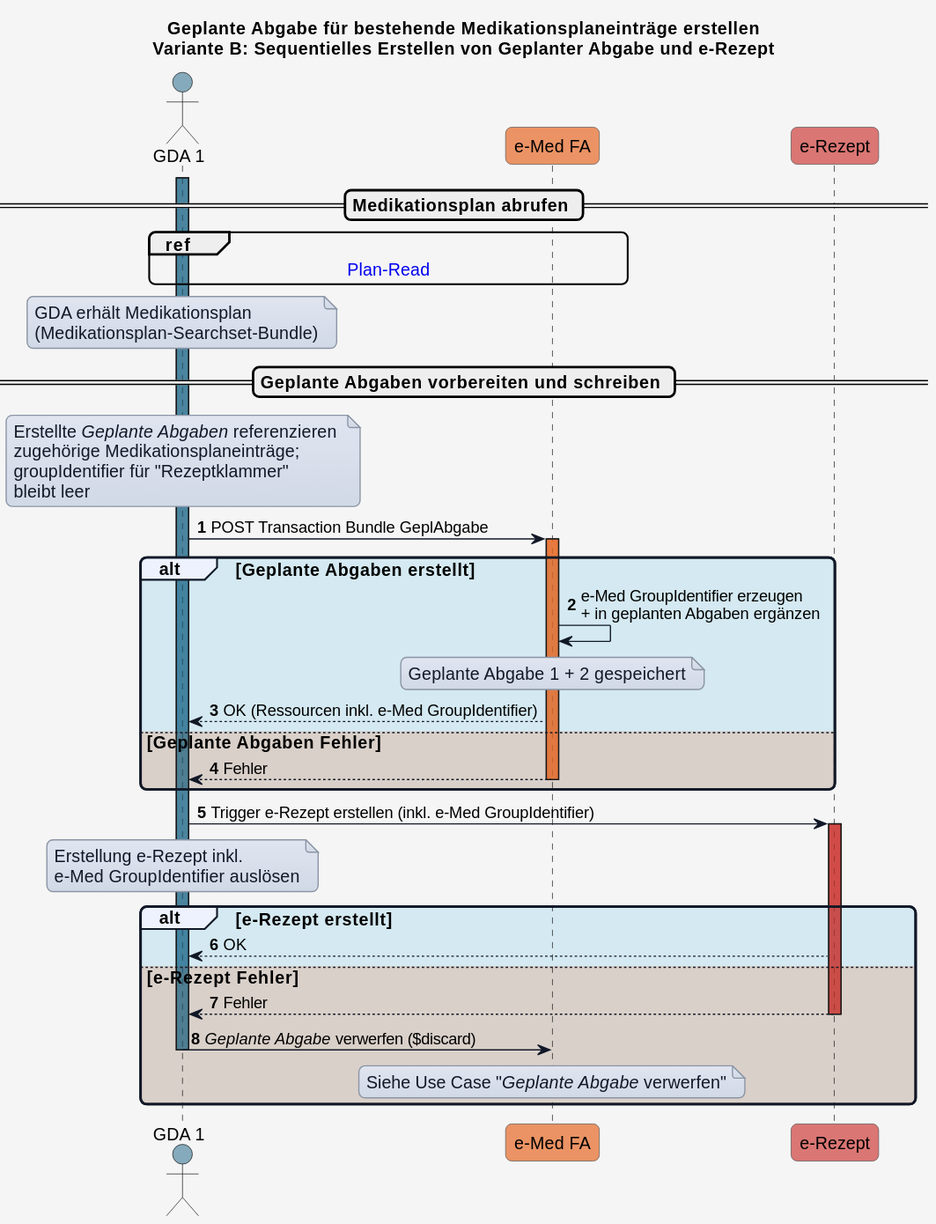
Before: input/images/plantuml/UC_eMed_04_01_b.svg, a diagram exported from PlantUML (HL7Austria/ELGA-e-Medikation-R4). The source it was exported from:
```plantuml
@startuml
title Geplante Abgabe für bestehende Medikationsplaneinträge erstellen\nVariante B: Sequentielles Erstellen von Geplanter Abgabe und e-Rezept


skinparam borderColor #000000
skinparam backgroundColor #f5f5f5
skinparam shadowing false
skinparam roundCorner 10
skinparam defaultFontName "Arial"
skinparam defaultFontSize 14
skinparam defaultFontColor #000000
skinparam HyperlinkColor #0000EE
skinparam HyperlinkUnderline false
skinparam BoxPadding 20
skinparam BoxBorderColor #555555

skinparam note {
  BackgroundColor #e0e5f0-#d1d9e6
  BorderColor #8b95a5
  BorderThickness 1
  RoundCorner 0
  Padding 6
  FontColor #111827
  Shadowing false
}

skinparam sequence {
  ParticipantBorderColor #555555
  ParticipantBackgroundColor #ffffff
  ParticipantFontColor #000000
  ParticipantFontSize 14
  ParticipantPadding 20
  ArrowColor #111827
  ArrowThickness 1
  ArrowFontColor #000000
  ArrowFontSize 13
  GroupBorderColor #111827
  GroupBackgroundColor #eef2ff
  GroupBorderThickness 2
}

!define COLOR_GDA_1    #15608280
!define COLOR_GDA_2    #96607D80
!define COLOR_PATIENT  #196B2480
!define COLOR_APO      #0F9ED590
!define COLOR_EMED_FA  #e97232bd
!define COLOR_E_REZEPT #cd3732a9

!define COLOR_OK       #0F9ED525
!define COLOR_ERROR    #E9713235

actor GDA_1 as "GDA 1" COLOR_GDA_1
participant eMed_FA as "e-Med FA" COLOR_EMED_FA
participant e_Rezept as "e-Rezept" COLOR_E_REZEPT

autonumber

== Medikationsplan abrufen ==

activate GDA_1 COLOR_GDA_1
ref over GDA_1, eMed_FA : [[interactions.html#sequenzdiagramm-plan-read Plan-Read]]

note over GDA_1
GDA erhält Medikationsplan
(Medikationsplan-Searchset-Bundle)
end note

== Geplante Abgaben vorbereiten und schreiben ==

note over GDA_1
Erstellte <i>Geplante Abgaben</i> referenzieren
zugehörige Medikationsplaneinträge;
groupIdentifier für "Rezeptklammer"
bleibt leer
end note

GDA_1 -> eMed_FA: POST Transaction Bundle GeplAbgabe
activate eMed_FA COLOR_EMED_FA

alt COLOR_OK Geplante Abgaben erstellt

  eMed_FA -> eMed_FA: e-Med GroupIdentifier erzeugen\n+ in geplanten Abgaben ergänzen

  note over eMed_FA
  Geplante Abgabe 1 + 2 gespeichert
  end note

  eMed_FA --> GDA_1: OK (Ressourcen inkl. e-Med GroupIdentifier)


else COLOR_ERROR Geplante Abgaben Fehler
  eMed_FA --> GDA_1: Fehler
  deactivate eMed_FA

end

GDA_1 -> e_Rezept: Trigger e-Rezept erstellen (inkl. e-Med GroupIdentifier)
note over GDA_1
Erstellung e-Rezept inkl.
e-Med GroupIdentifier auslösen
end note
activate e_Rezept COLOR_E_REZEPT

alt COLOR_OK e-Rezept erstellt
  e_Rezept --> GDA_1: OK

else COLOR_ERROR e-Rezept Fehler
  e_Rezept --> GDA_1: Fehler
  deactivate e_Rezept
  GDA_1 -> eMed_FA: <i>Geplante Abgabe</i> verwerfen ($discard)

  note over eMed_FA
  Siehe Use Case "<i>Geplante Abgabe</i> verwerfen"
  end note
  deactivate GDA_1
end
@enduml
```
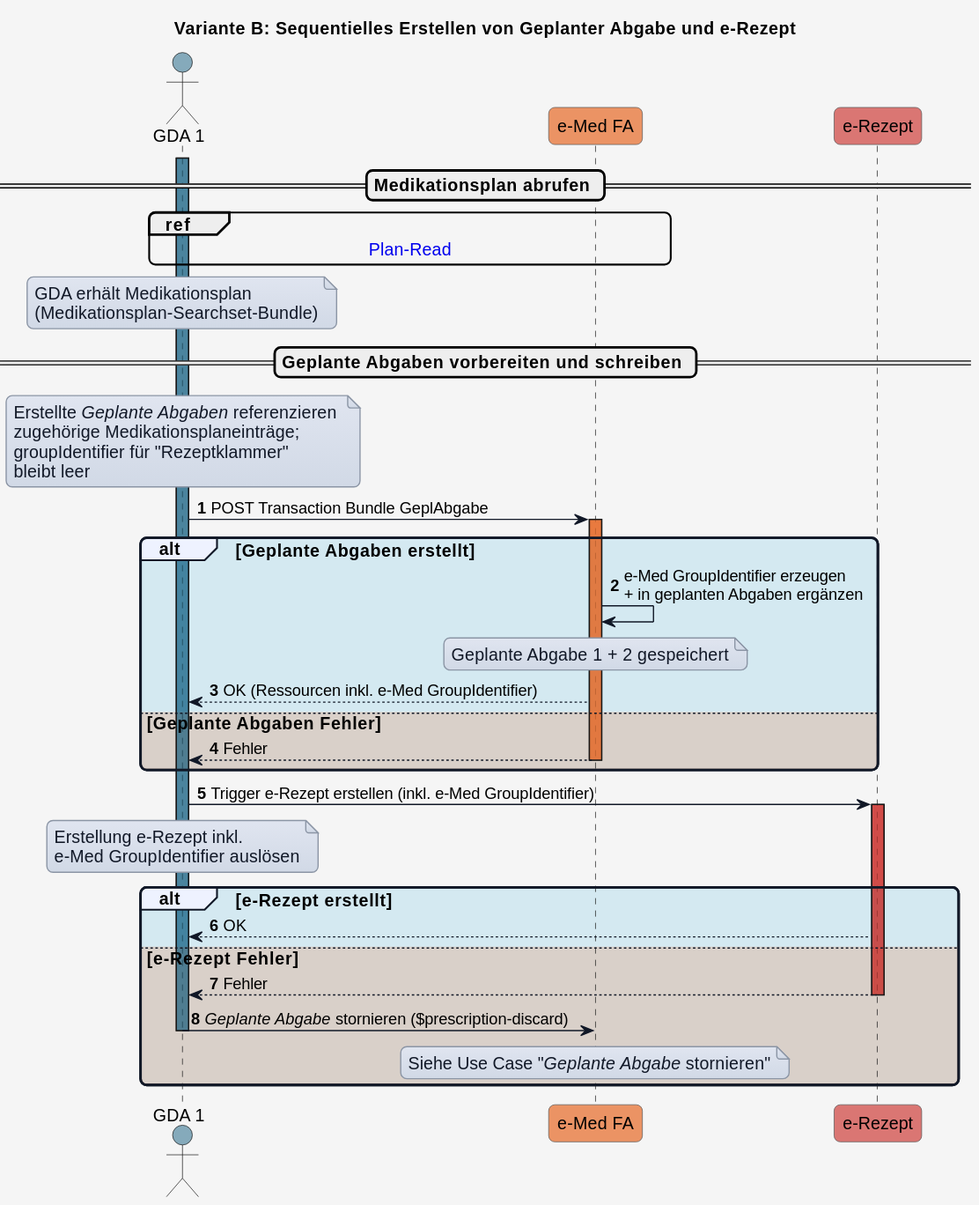
After the change.

Diff of the diagram source:
```diff
@@ -1,5 +1,5 @@
 @startuml
-title Geplante Abgabe für bestehende Medikationsplaneinträge erstellen\nVariante B: Sequentielles Erstellen von Geplanter Abgabe und e-Rezept
+title Variante B: Sequentielles Erstellen von Geplanter Abgabe und e-Rezept
 
 
 skinparam borderColor #000000
@@ -107,10 +107,10 @@
 else COLOR_ERROR e-Rezept Fehler
   e_Rezept --> GDA_1: Fehler
   deactivate e_Rezept
-  GDA_1 -> eMed_FA: <i>Geplante Abgabe</i> verwerfen ($discard)
+  GDA_1 -> eMed_FA: <i>Geplante Abgabe</i> stornieren ($prescription-discard​)
 
   note over eMed_FA
-  Siehe Use Case "<i>Geplante Abgabe</i> verwerfen"
+  Siehe Use Case "<i>Geplante Abgabe</i> stornieren"
   end note
   deactivate GDA_1
 end
```
